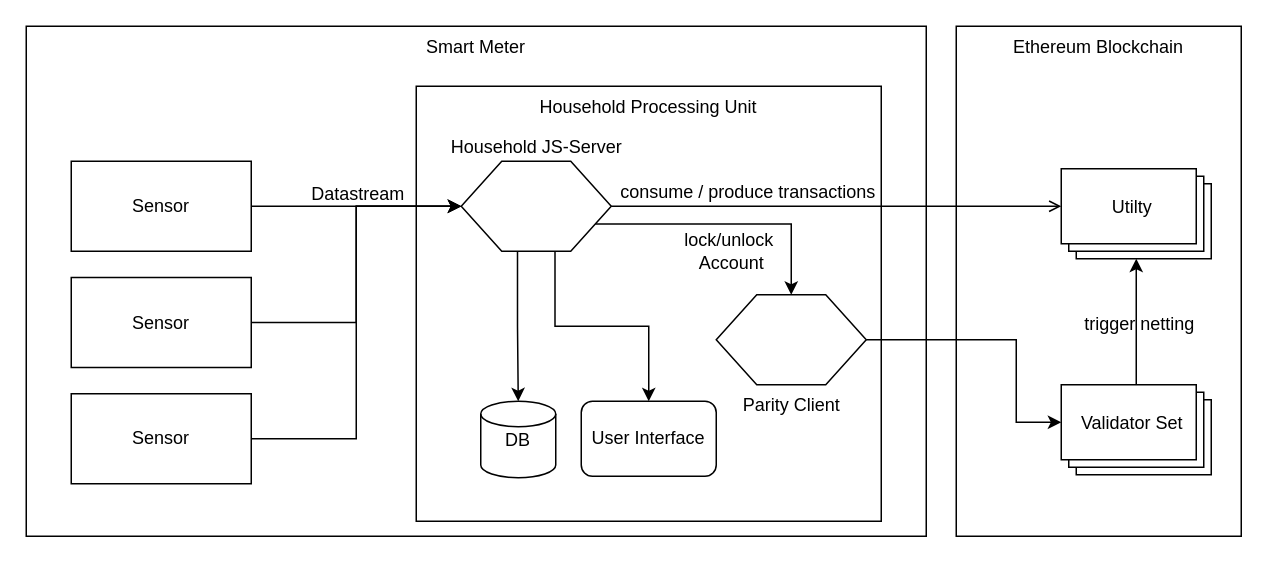
Above: documentation/architecture.drawio in JacobEberhardt/decentralized-energy-trading (draw.io), before the change. Source tidied: cells renumbered, new cells numbered last; positions are measured from the earlier drawing's top-left corner, leaving out a move shared by most shapes. Both pictures are drawn from the tidied source at 150%, with x=0, y=0 at pixel (26, 26).
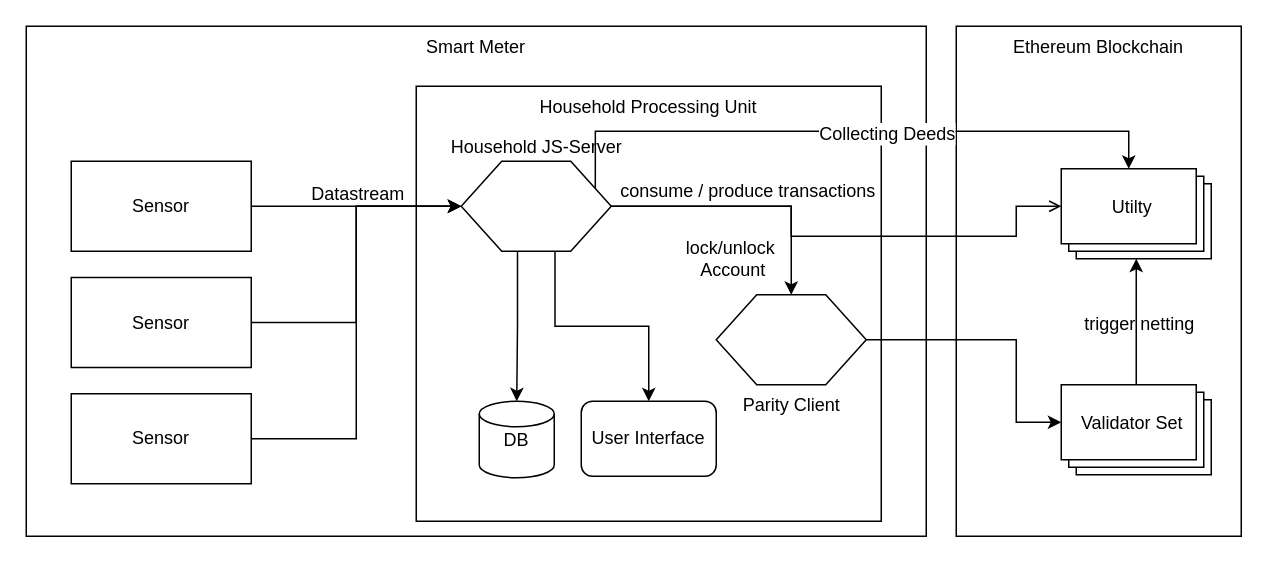
Above is the later version.

The change refers to these unchanged cells:
```xml
<mxCell id="9" value="Parity Client" style="verticalLabelPosition=bottom;verticalAlign=top;html=1;strokeWidth=1;shape=hexagon;perimeter=hexagonPerimeter2;arcSize=6;size=0.27;" parent="1" vertex="1">
  <mxGeometry x="460" y="179" width="100" height="60" as="geometry" />
</mxCell>
<mxCell id="15" value="Household JS-Server" style="verticalLabelPosition=top;verticalAlign=bottom;html=1;strokeWidth=1;shape=hexagon;perimeter=hexagonPerimeter2;arcSize=6;size=0.27;labelPosition=center;align=center;" parent="1" vertex="1">
  <mxGeometry x="290" y="90" width="100" height="60" as="geometry" />
</mxCell>
<mxCell id="22" value="Utilty" style="verticalLabelPosition=middle;verticalAlign=middle;html=1;shape=mxgraph.basic.layered_rect;dx=10;outlineConnect=0;strokeWidth=1;fillColor=#FFFFFF;spacingTop=-8;spacingLeft=-6;labelPosition=center;align=center;" parent="1" vertex="1">
  <mxGeometry x="690" y="95" width="100" height="60" as="geometry" />
</mxCell>
```

Diff of the diagram source:
```diff
@@
     <mxCell id="10" style="edgeStyle=orthogonalEdgeStyle;rounded=0;jettySize=auto;html=1;exitX=1;exitY=0.75;exitDx=0;exitDy=0;" parent="1" edge="1" source="15" target="9">
-      <mxGeometry relative="1" as="geometry" />
+      <mxGeometry relative="1" as="geometry">
+        <Array as="points">
+          <mxPoint x="379" y="120" />
+          <mxPoint x="510" y="120" />
+        </Array>
+      </mxGeometry>
     </mxCell>
     <mxCell id="11" value="lock/unlock&amp;nbsp;&lt;br&gt;Account&lt;br&gt;" style="text;html=1;align=center;verticalAlign=middle;labelBackgroundColor=none;" parent="10" vertex="1">
       <mxGeometry x="0.42" y="-1" relative="1" as="geometry">
-        <mxPoint x="-36" y="17" as="offset" />
+        <mxPoint x="-38.5" y="34" as="offset" />
       </mxGeometry>
     </mxCell>
@@
-    <mxCell id="13" style="edgeStyle=orthogonalEdgeStyle;rounded=0;jettySize=auto;html=1;exitX=1;exitY=0.5;exitDx=0;exitDy=0;entryX=0;entryY=0;entryDx=0;entryDy=25;entryPerimeter=0;endArrow=open;endFill=0;" parent="1" edge="1" source="15" target="22">
-      <mxGeometry relative="1" as="geometry" />
+    <mxCell id="13" style="edgeStyle=orthogonalEdgeStyle;rounded=0;jettySize=auto;html=1;exitX=1;exitY=0.5;exitDx=0;exitDy=0;endArrow=open;endFill=0;" parent="1" edge="1" source="15">
+      <mxGeometry relative="1" as="geometry">
+        <mxPoint x="690" y="120" as="targetPoint" />
+        <Array as="points">
+          <mxPoint x="510" y="120" />
+          <mxPoint x="510" y="140" />
+          <mxPoint x="660" y="140" />
+          <mxPoint x="660" y="120" />
+        </Array>
+      </mxGeometry>
     </mxCell>
     <mxCell id="14" value="consume / produce transactions&lt;br&gt;" style="text;html=1;align=center;verticalAlign=middle;labelBackgroundColor=none;" parent="13" vertex="1">
       <mxGeometry x="0.6" relative="1" as="geometry">
-        <mxPoint x="-150" y="-10" as="offset" />
+        <mxPoint x="-162" y="-30.5" as="offset" />
       </mxGeometry>
     </mxCell>
+    <mxCell id="27" style="edgeStyle=orthogonalEdgeStyle;rounded=0;jettySize=auto;html=1;exitX=1;exitY=0.25;exitDx=0;exitDy=0;entryX=0;entryY=0;entryDx=45;entryDy=0;entryPerimeter=0;strokeColor=#000000;startArrow=none;startFill=0;" parent="1" edge="1" source="15" target="22">
+      <mxGeometry relative="1" as="geometry">
+        <Array as="points">
+          <mxPoint x="380" y="70" />
+          <mxPoint x="735" y="70" />
+        </Array>
+      </mxGeometry>
+    </mxCell>
+    <mxCell id="28" value="Collecting Deeds" style="text;html=1;align=center;verticalAlign=middle;labelBackgroundColor=#ffffff;" parent="27" vertex="1">
+      <mxGeometry x="0.11" y="-1" relative="1" as="geometry" />
+    </mxCell>
@@
     <mxCell id="17" value="DB" style="strokeWidth=1;html=1;shape=mxgraph.flowchart.database;whiteSpace=wrap;fillColor=#FFFFFF;" parent="1" vertex="1">
-      <mxGeometry x="303" y="250" width="50" height="51" as="geometry" />
+      <mxGeometry x="302" y="250" width="50" height="51" as="geometry" />
     </mxCell>
```
